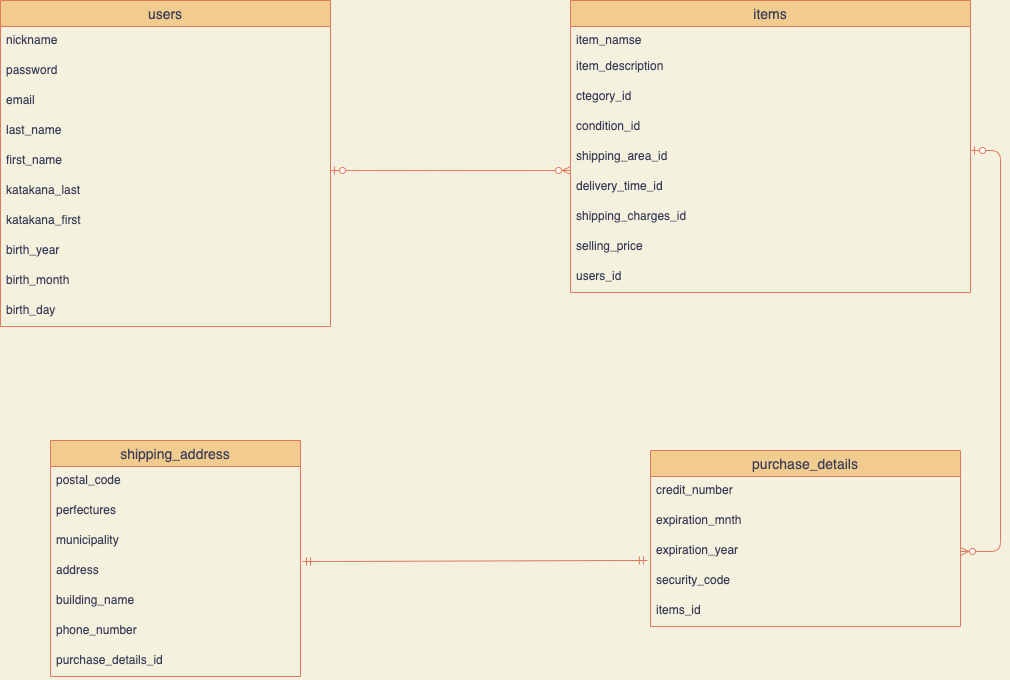
maru-maru-bonbon/furima-30635 keeps this draw.io diagram as furima.dio.png. Above is the earlier version. Source tidied: cells renumbered, new cells last; positions are measured from the earlier drawing's top-left corner, leaving out a move shared by most shapes.
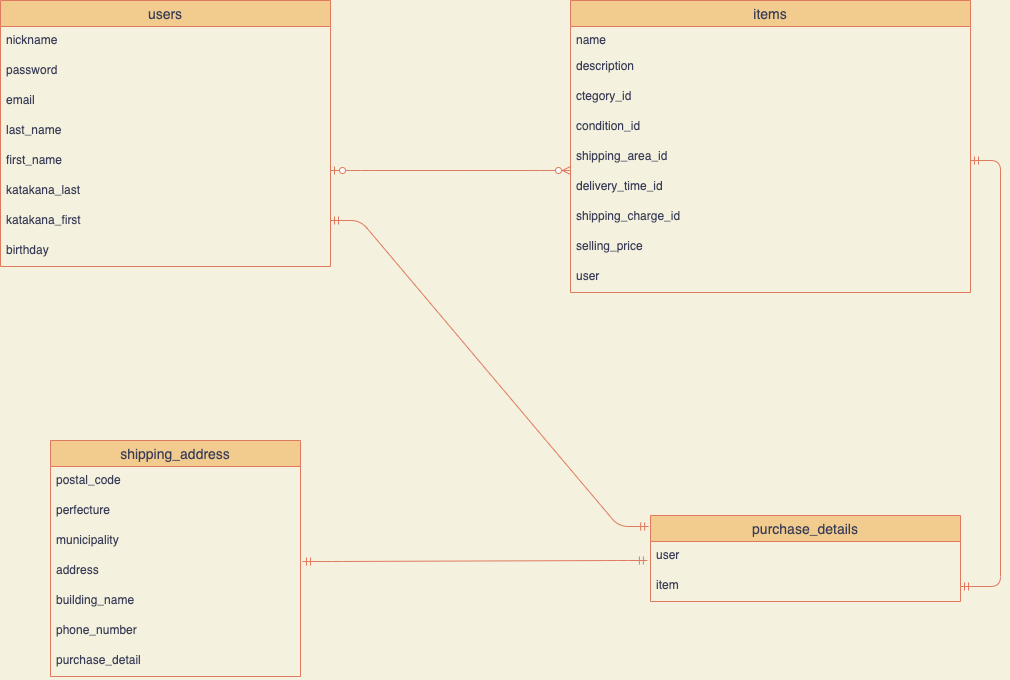
Above is the later version.

Commit message:
readmeに合わせてER図を修正

What changed in the source:
```diff
@@ -3,7 +3,7 @@
     <mxCell id="0" />
     <mxCell id="1" parent="0" />
     <mxCell id="2" value="users" style="swimlane;fontStyle=0;horizontal=1;startSize=26;align=center;fontSize=14;fillColor=#F2CC8F;strokeColor=#E07A5F;fontColor=#393C56;" parent="1" vertex="1">
-      <mxGeometry width="330" height="326" as="geometry" />
+      <mxGeometry width="330" height="266" as="geometry" />
     </mxCell>
     <mxCell id="3" value="nickname" style="text;strokeColor=none;fillColor=none;spacingLeft=4;spacingRight=4;overflow=hidden;fontSize=12;fontColor=#393C56;" parent="2" vertex="1">
       <mxGeometry y="26" width="330" height="30" as="geometry" />
@@ -26,22 +26,16 @@
     <mxCell id="9" value="katakana_first" style="text;strokeColor=none;fillColor=none;spacingLeft=4;spacingRight=4;overflow=hidden;fontSize=12;fontColor=#393C56;" parent="2" vertex="1">
       <mxGeometry y="206" width="330" height="30" as="geometry" />
     </mxCell>
-    <mxCell id="10" value="birth_year" style="text;strokeColor=none;fillColor=none;spacingLeft=4;spacingRight=4;overflow=hidden;fontSize=12;fontColor=#393C56;" parent="2" vertex="1">
-      <mxGeometry y="236" width="330" height="30" as="geometry" />
-    </mxCell>
-    <mxCell id="11" value="birth_month" style="text;strokeColor=none;fillColor=none;spacingLeft=4;spacingRight=4;overflow=hidden;fontSize=12;fontColor=#393C56;" parent="2" vertex="1">
-      <mxGeometry y="266" width="330" height="30" as="geometry" />
-    </mxCell>
-    <mxCell id="12" value="birth_day" style="text;strokeColor=none;fillColor=none;spacingLeft=4;spacingRight=4;overflow=hidden;fontSize=12;fontColor=#393C56;" parent="2" vertex="1">
-      <mxGeometry y="296" width="330" height="30" as="geometry" />
+    <mxCell id="12" value="birthday" style="text;strokeColor=none;fillColor=none;spacingLeft=4;spacingRight=4;overflow=hidden;fontSize=12;fontColor=#393C56;" parent="2" vertex="1">
+      <mxGeometry y="236" width="330" height="30" as="geometry" />
     </mxCell>
     <mxCell id="13" value="items" style="swimlane;fontStyle=0;horizontal=1;startSize=26;align=center;fontSize=14;fillColor=#F2CC8F;strokeColor=#E07A5F;fontColor=#393C56;" parent="1" vertex="1">
       <mxGeometry x="570" width="400" height="292" as="geometry" />
     </mxCell>
-    <mxCell id="14" value="item_namse" style="text;strokeColor=none;fillColor=none;spacingLeft=4;spacingRight=4;overflow=hidden;fontSize=12;fontColor=#393C56;" parent="13" vertex="1">
+    <mxCell id="14" value="name" style="text;strokeColor=none;fillColor=none;spacingLeft=4;spacingRight=4;overflow=hidden;fontSize=12;fontColor=#393C56;" parent="13" vertex="1">
       <mxGeometry y="26" width="400" height="26" as="geometry" />
     </mxCell>
-    <mxCell id="15" value="item_description" style="text;strokeColor=none;fillColor=none;spacingLeft=4;spacingRight=4;overflow=hidden;fontSize=12;fontColor=#393C56;" parent="13" vertex="1">
+    <mxCell id="15" value="description" style="text;strokeColor=none;fillColor=none;spacingLeft=4;spacingRight=4;overflow=hidden;fontSize=12;fontColor=#393C56;" parent="13" vertex="1">
       <mxGeometry y="52" width="400" height="30" as="geometry" />
     </mxCell>
     <mxCell id="16" value="ctegory_id" style="text;strokeColor=none;fillColor=none;spacingLeft=4;spacingRight=4;overflow=hidden;fontSize=12;fontColor=#393C56;" parent="13" vertex="1">
@@ -56,35 +50,19 @@
     <mxCell id="19" value="delivery_time_id" style="text;strokeColor=none;fillColor=none;spacingLeft=4;spacingRight=4;overflow=hidden;fontSize=12;fontColor=#393C56;" parent="13" vertex="1">
       <mxGeometry y="172" width="400" height="30" as="geometry" />
     </mxCell>
-    <mxCell id="20" value="shipping_charges_id" style="text;strokeColor=none;fillColor=none;spacingLeft=4;spacingRight=4;overflow=hidden;fontSize=12;fontColor=#393C56;" parent="13" vertex="1">
+    <mxCell id="20" value="shipping_charge_id" style="text;strokeColor=none;fillColor=none;spacingLeft=4;spacingRight=4;overflow=hidden;fontSize=12;fontColor=#393C56;" parent="13" vertex="1">
       <mxGeometry y="202" width="400" height="30" as="geometry" />
     </mxCell>
     <mxCell id="21" value="selling_price" style="text;strokeColor=none;fillColor=none;spacingLeft=4;spacingRight=4;overflow=hidden;fontSize=12;fontColor=#393C56;" parent="13" vertex="1">
       <mxGeometry y="232" width="400" height="30" as="geometry" />
     </mxCell>
-    <mxCell id="22" value="users_id" style="text;strokeColor=none;fillColor=none;spacingLeft=4;spacingRight=4;overflow=hidden;fontSize=12;fontColor=#393C56;" parent="13" vertex="1">
+    <mxCell id="22" value="user" style="text;strokeColor=none;fillColor=none;spacingLeft=4;spacingRight=4;overflow=hidden;fontSize=12;fontColor=#393C56;" parent="13" vertex="1">
       <mxGeometry y="262" width="400" height="30" as="geometry" />
     </mxCell>
-    <mxCell id="23" value="purchase_details" style="swimlane;fontStyle=0;horizontal=1;startSize=26;align=center;fontSize=14;labelBackgroundColor=none;fillColor=#F2CC8F;strokeColor=#E07A5F;fontColor=#393C56;" parent="1" vertex="1">
-      <mxGeometry x="650" y="450" width="310" height="176" as="geometry" />
-    </mxCell>
-    <mxCell id="24" value="credit_number" style="text;strokeColor=none;fillColor=none;spacingLeft=4;spacingRight=4;overflow=hidden;fontSize=12;fontColor=#393C56;" parent="23" vertex="1">
-      <mxGeometry y="26" width="310" height="30" as="geometry" />
-    </mxCell>
-    <mxCell id="25" value="expiration_mnth" style="text;strokeColor=none;fillColor=none;spacingLeft=4;spacingRight=4;overflow=hidden;fontSize=12;fontColor=#393C56;" parent="23" vertex="1">
-      <mxGeometry y="56" width="310" height="30" as="geometry" />
-    </mxCell>
-    <mxCell id="26" value="expiration_year" style="text;strokeColor=none;fillColor=none;spacingLeft=4;spacingRight=4;overflow=hidden;points=[[0,0.5],[1,0.5]];portConstraint=eastwest;fontSize=12;labelBackgroundColor=none;fontColor=#393C56;" parent="23" vertex="1">
-      <mxGeometry y="86" width="310" height="30" as="geometry" />
-    </mxCell>
-    <mxCell id="27" value="security_code" style="text;strokeColor=none;fillColor=none;spacingLeft=4;spacingRight=4;overflow=hidden;fontSize=12;labelBackgroundColor=none;fontColor=#393C56;" parent="23" vertex="1">
-      <mxGeometry y="116" width="310" height="30" as="geometry" />
-    </mxCell>
-    <mxCell id="28" value="items_id" style="text;strokeColor=none;fillColor=none;spacingLeft=4;spacingRight=4;overflow=hidden;points=[[0,0.5],[1,0.5]];portConstraint=eastwest;fontSize=12;fontColor=#393C56;" parent="23" vertex="1">
-      <mxGeometry y="146" width="310" height="30" as="geometry" />
-    </mxCell>
-    <mxCell id="29" style="edgeStyle=entityRelationEdgeStyle;fontSize=12;html=1;endArrow=ERmandOne;startArrow=ERmandOne;entryX=-0.01;entryY=0.8;entryDx=0;entryDy=0;entryPerimeter=0;exitX=1.008;exitY=0.167;exitDx=0;exitDy=0;exitPerimeter=0;labelBackgroundColor=#F4F1DE;strokeColor=#E07A5F;fontColor=#393C56;" parent="1" edge="1" source="34" target="26">
-      <mxGeometry relative="1" as="geometry" />
+    <mxCell id="29" style="edgeStyle=entityRelationEdgeStyle;fontSize=12;html=1;endArrow=ERmandOne;startArrow=ERmandOne;entryX=-0.01;entryY=0.8;entryDx=0;entryDy=0;entryPerimeter=0;exitX=1.008;exitY=0.167;exitDx=0;exitDy=0;exitPerimeter=0;labelBackgroundColor=#F4F1DE;strokeColor=#E07A5F;fontColor=#393C56;" parent="1" edge="1" source="34">
+      <mxGeometry relative="1" as="geometry">
+        <mxPoint x="646.9" y="560" as="targetPoint" />
+      </mxGeometry>
     </mxCell>
     <mxCell id="30" value="shipping_address" style="swimlane;fontStyle=0;horizontal=1;startSize=26;align=center;fontSize=14;labelBackgroundColor=none;fillColor=#F2CC8F;strokeColor=#E07A5F;fontColor=#393C56;" parent="1" vertex="1">
       <mxGeometry x="50" y="440" width="250" height="236" as="geometry" />
@@ -92,7 +70,7 @@
     <mxCell id="31" value="postal_code" style="text;strokeColor=none;fillColor=none;spacingLeft=4;spacingRight=4;overflow=hidden;fontSize=12;fontColor=#393C56;" parent="30" vertex="1">
       <mxGeometry y="26" width="250" height="30" as="geometry" />
     </mxCell>
-    <mxCell id="32" value="perfectures" style="text;strokeColor=none;fillColor=none;spacingLeft=4;spacingRight=4;overflow=hidden;fontSize=12;labelBackgroundColor=none;fontColor=#393C56;" parent="30" vertex="1">
+    <mxCell id="32" value="perfecture" style="text;strokeColor=none;fillColor=none;spacingLeft=4;spacingRight=4;overflow=hidden;fontSize=12;labelBackgroundColor=none;fontColor=#393C56;" parent="30" vertex="1">
       <mxGeometry y="56" width="250" height="30" as="geometry" />
     </mxCell>
     <mxCell id="33" value="municipality" style="text;strokeColor=none;fillColor=none;spacingLeft=4;spacingRight=4;overflow=hidden;fontSize=12;labelBackgroundColor=none;fontColor=#393C56;" parent="30" vertex="1">
@@ -107,7 +85,7 @@
     <mxCell id="36" value="phone_number" style="text;strokeColor=none;fillColor=none;spacingLeft=4;spacingRight=4;overflow=hidden;fontSize=12;fontColor=#393C56;" parent="30" vertex="1">
       <mxGeometry y="176" width="250" height="30" as="geometry" />
     </mxCell>
-    <mxCell id="37" value="purchase_details_id" style="text;strokeColor=none;fillColor=none;spacingLeft=4;spacingRight=4;overflow=hidden;fontSize=12;fontColor=#393C56;" parent="30" vertex="1">
+    <mxCell id="37" value="purchase_detail" style="text;strokeColor=none;fillColor=none;spacingLeft=4;spacingRight=4;overflow=hidden;fontSize=12;fontColor=#393C56;" parent="30" vertex="1">
       <mxGeometry y="206" width="250" height="30" as="geometry" />
     </mxCell>
     <mxCell id="38" style="edgeStyle=entityRelationEdgeStyle;fontSize=12;html=1;endArrow=ERzeroToMany;startArrow=ERzeroToOne;labelBackgroundColor=#F4F1DE;strokeColor=#E07A5F;fontColor=#393C56;entryX=0;entryY=0.933;entryDx=0;entryDy=0;entryPerimeter=0;" parent="1" edge="1" target="18">
@@ -115,10 +93,24 @@
         <mxPoint x="330" y="170" as="sourcePoint" />
       </mxGeometry>
     </mxCell>
-    <mxCell id="39" style="edgeStyle=entityRelationEdgeStyle;fontSize=12;html=1;endArrow=ERzeroToMany;startArrow=ERzeroToOne;strokeColor=#E07A5F;fillColor=#F2CC8F;" parent="1" edge="1" target="26">
-      <mxGeometry relative="1" as="geometry">
-        <mxPoint x="970" y="150" as="sourcePoint" />
-      </mxGeometry>
-    </mxCell>
+    <mxCell id="23" value="purchase_details" style="swimlane;fontStyle=0;horizontal=1;startSize=26;align=center;fontSize=14;labelBackgroundColor=none;fillColor=#F2CC8F;strokeColor=#E07A5F;fontColor=#393C56;" parent="1" vertex="1">
+      <mxGeometry x="650" y="515" width="310" height="86" as="geometry" />
+    </mxCell>
+    <mxCell id="25" value="user" style="text;strokeColor=none;fillColor=none;spacingLeft=4;spacingRight=4;overflow=hidden;fontSize=12;fontColor=#393C56;" parent="23" vertex="1">
+      <mxGeometry y="26" width="310" height="30" as="geometry" />
+    </mxCell>
+    <mxCell id="28" value="item" style="text;strokeColor=none;fillColor=none;spacingLeft=4;spacingRight=4;overflow=hidden;points=[[0,0.5],[1,0.5]];portConstraint=eastwest;fontSize=12;fontColor=#393C56;" parent="23" vertex="1">
+      <mxGeometry y="56" width="310" height="30" as="geometry" />
+    </mxCell>
+    <mxCell id="40" style="edgeStyle=entityRelationEdgeStyle;fontSize=12;html=1;endArrow=ERmandOne;startArrow=ERmandOne;strokeColor=#E07A5F;fillColor=#F2CC8F;entryX=-0.006;entryY=0.128;entryDx=0;entryDy=0;entryPerimeter=0;" parent="1" edge="1" target="23">
+      <mxGeometry relative="1" as="geometry">
+        <mxPoint x="330" y="220" as="sourcePoint" />
+      </mxGeometry>
+    </mxCell>
+    <mxCell id="41" style="edgeStyle=entityRelationEdgeStyle;fontSize=12;html=1;endArrow=ERmandOne;startArrow=ERmandOne;strokeColor=#E07A5F;fillColor=#F2CC8F;" parent="1" edge="1" target="28">
+      <mxGeometry relative="1" as="geometry">
+        <mxPoint x="970" y="160" as="sourcePoint" />
+      </mxGeometry>
+    </mxCell>
   </root>
 </mxGraphModel>
```
